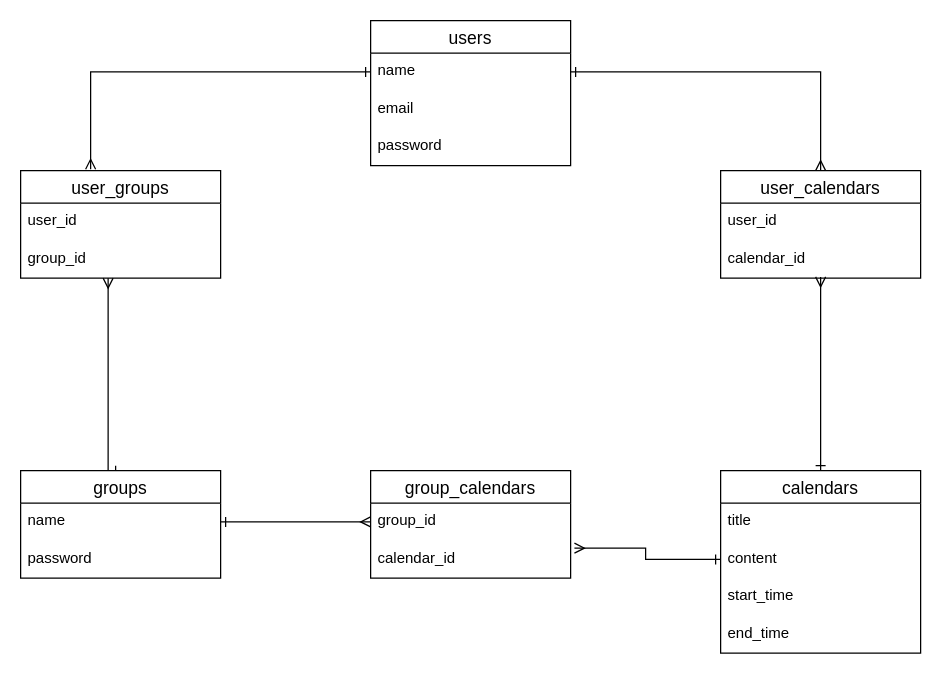
This is group_calendar_er.dio from yamaday0u/group_calendar, a draw.io file, before an edit. Source tidied: cells renumbered, new cells numbered last; positions are measured from the earlier drawing's top-left corner, leaving out a move shared by most shapes. Both pictures are drawn from the tidied source at 125%, with x=0, y=0 at pixel (20, 20).
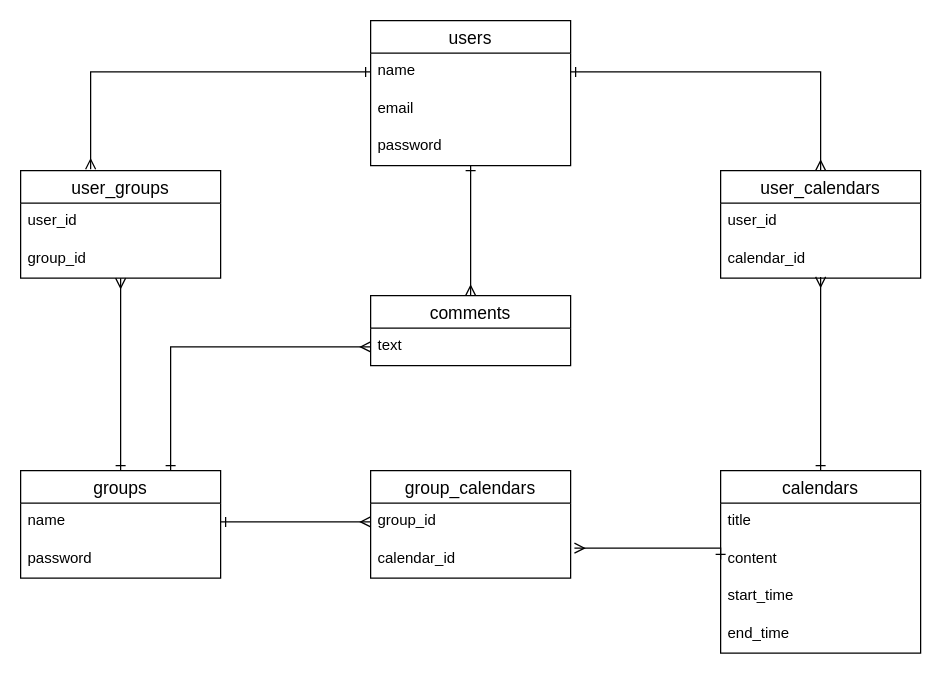
The same diagram, later.

Commit message (it also covers changes not shown here):
Redesigned database tables

Unchanged cells that the change refers to:
```xml
<mxCell id="7" value="groups" style="swimlane;fontStyle=0;horizontal=1;startSize=26;align=center;fontSize=14;" parent="1" vertex="1">
  <mxGeometry y="360" width="160" height="86" as="geometry" />
</mxCell>
<mxCell id="13" value="content" style="text;strokeColor=none;fillColor=none;spacingLeft=4;spacingRight=4;overflow=hidden;points=[[0,0.5],[1,0.5]];portConstraint=eastwest;fontSize=12;" parent="11" vertex="1">
  <mxGeometry y="56" width="160" height="30" as="geometry" />
</mxCell>
<mxCell id="18" value="group_id" style="text;strokeColor=none;fillColor=none;spacingLeft=4;spacingRight=4;overflow=hidden;points=[[0,0.5],[1,0.5]];portConstraint=eastwest;fontSize=12;" parent="16" vertex="1">
  <mxGeometry y="56" width="160" height="30" as="geometry" />
</mxCell>
<mxCell id="24" value="calendar_id" style="text;strokeColor=none;fillColor=none;spacingLeft=4;spacingRight=4;overflow=hidden;points=[[0,0.5],[1,0.5]];portConstraint=eastwest;fontSize=12;" parent="22" vertex="1">
  <mxGeometry y="56" width="160" height="30" as="geometry" />
</mxCell>
```

Diff of the diagram source:
```diff
@@
     <mxCell id="6" style="edgeStyle=orthogonalEdgeStyle;rounded=0;jettySize=auto;html=1;exitX=0.5;exitY=0;exitDx=0;exitDy=0;endArrow=ERmany;endFill=0;startArrow=ERone;startFill=0;" parent="1" edge="1" source="7" target="18">
       <mxGeometry relative="1" as="geometry">
         <Array as="points">
-          <mxPoint x="70" y="360" />
+          <mxPoint x="80" y="360" />
         </Array>
       </mxGeometry>
     </mxCell>
@@
     <mxCell id="27" style="edgeStyle=orthogonalEdgeStyle;rounded=0;jettySize=auto;html=1;exitX=0;exitY=0.5;exitDx=0;exitDy=0;entryX=1.019;entryY=0.2;entryDx=0;entryDy=0;entryPerimeter=0;endArrow=ERmany;endFill=0;startArrow=ERone;startFill=0;" parent="1" edge="1" source="13" target="24">
-      <mxGeometry relative="1" as="geometry" />
+      <mxGeometry relative="1" as="geometry">
+        <Array as="points">
+          <mxPoint x="560" y="422" />
+        </Array>
+      </mxGeometry>
     </mxCell>
@@
+    <mxCell id="29" value="comments" style="swimlane;fontStyle=0;horizontal=1;startSize=26;align=center;fontSize=14;" parent="1" vertex="1">
+      <mxGeometry x="280" y="220" width="160" height="56" as="geometry" />
+    </mxCell>
+    <mxCell id="30" value="text" style="text;strokeColor=none;fillColor=none;spacingLeft=4;spacingRight=4;overflow=hidden;points=[[0,0.5],[1,0.5]];portConstraint=eastwest;fontSize=12;" parent="29" vertex="1">
+      <mxGeometry y="26" width="160" height="30" as="geometry" />
+    </mxCell>
+    <mxCell id="31" style="endArrow=ERmany;html=1;entryX=0.5;entryY=0;entryDx=0;entryDy=0;endFill=0;startArrow=ERone;startFill=0;" parent="1" edge="1" target="29">
+      <mxGeometry relative="1" as="geometry">
+        <mxPoint x="360" y="116" as="sourcePoint" />
+        <Array as="points">
+          <mxPoint x="360" y="160" />
+        </Array>
+      </mxGeometry>
+    </mxCell>
+    <mxCell id="32" style="endArrow=ERmany;html=1;exitX=0.75;exitY=0;exitDx=0;exitDy=0;entryX=0;entryY=0.5;entryDx=0;entryDy=0;endFill=0;startArrow=ERone;startFill=0;rounded=0;" parent="1" edge="1" source="7" target="30">
+      <mxGeometry relative="1" as="geometry">
+        <Array as="points">
+          <mxPoint x="120" y="261" />
+        </Array>
+      </mxGeometry>
+    </mxCell>
```
